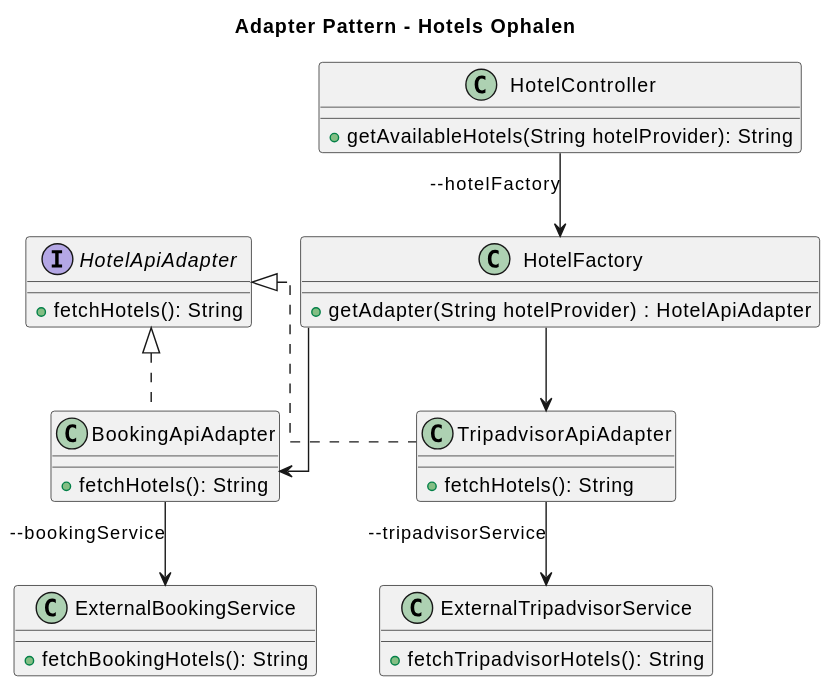
Earlier version of the PlantUML export software-guidebook/resources/adapter-class-diagram.svg (AIM-ENE-feb25/triptop-groep-b3).
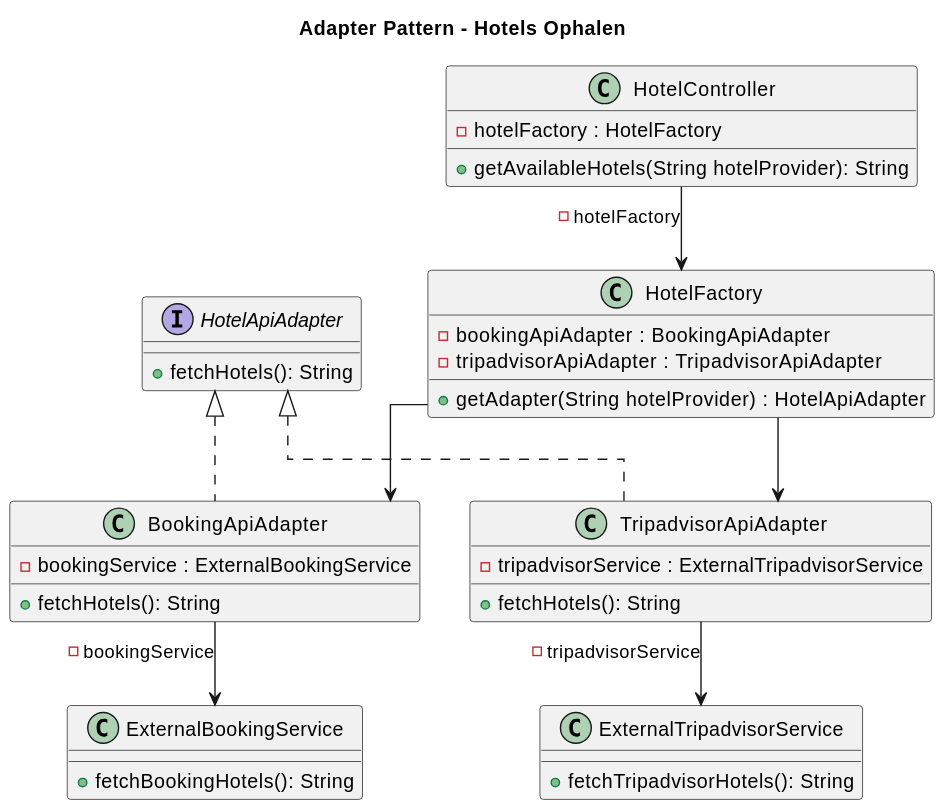
After the change.

Commit message:
added text to diagrams and changed container diagram to match

What changed in the source:
```diff
@@ -3,14 +3,17 @@
 skinparam linetype ortho
 
     interface HotelApiAdapter {
+
        + fetchHotels(): String
     }
 
     class BookingApiAdapter {
+       - bookingService : ExternalBookingService
        + fetchHotels(): String
     }
 
     class TripadvisorApiAdapter {
+       - tripadvisorService : ExternalTripadvisorService
        + fetchHotels(): String
     }
 
@@ -25,20 +28,23 @@
 
 
     class HotelController {
+       - hotelFactory : HotelFactory
        + getAvailableHotels(String hotelProvider): String
     }
 
     class HotelFactory {
+       - bookingApiAdapter : BookingApiAdapter
+       - tripadvisorApiAdapter : TripadvisorApiAdapter
        + getAdapter(String hotelProvider) : HotelApiAdapter
     }
 
 HotelApiAdapter <|.. BookingApiAdapter
 HotelApiAdapter <|.. TripadvisorApiAdapter
 
-BookingApiAdapter --> ExternalBookingService : --bookingService
-TripadvisorApiAdapter --> ExternalTripadvisorService : --tripadvisorService
+BookingApiAdapter --> ExternalBookingService : -bookingService
+TripadvisorApiAdapter --> ExternalTripadvisorService : -tripadvisorService
 
 HotelFactory --> BookingApiAdapter
 HotelFactory --> TripadvisorApiAdapter
-HotelController --> HotelFactory : --hotelFactory
+HotelController --> HotelFactory : -hotelFactory
 @enduml
```
